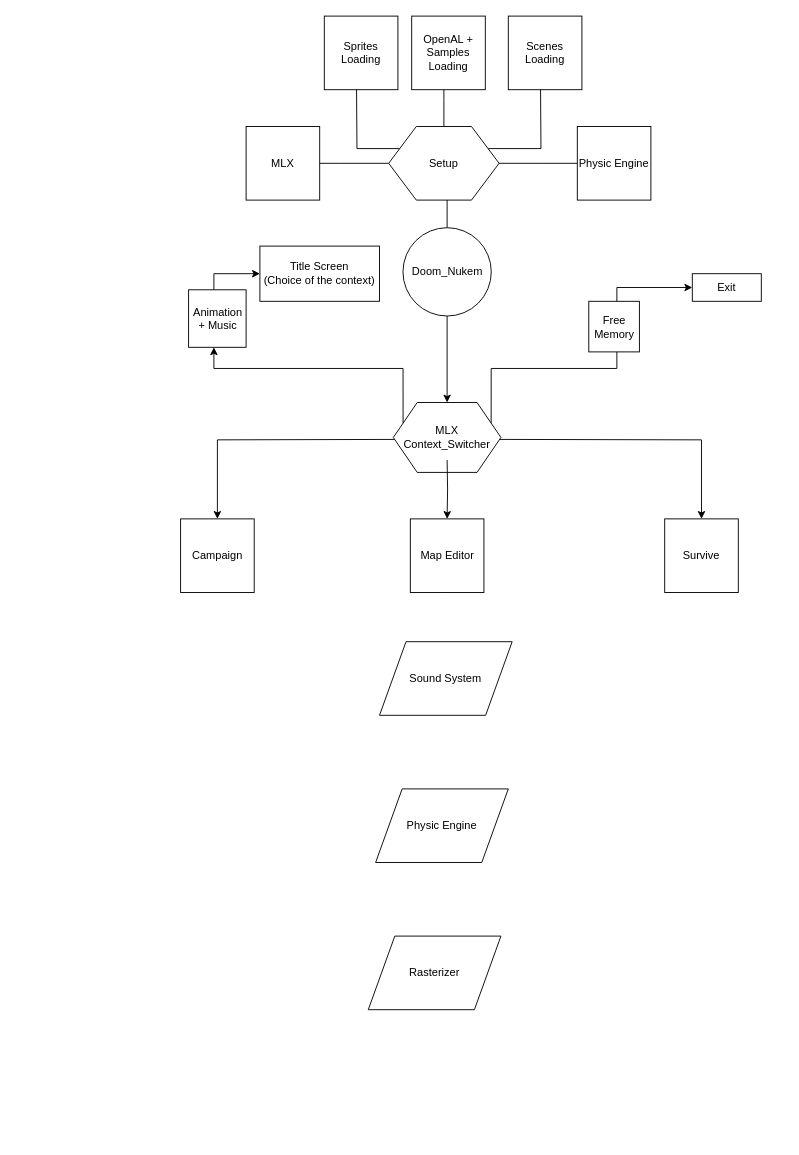
Earlier version of the draw.io diagram Doom_Nukem.drawio (gedemais/Doom_Nukem). Source tidied: cells renumbered, new cells numbered last; positions are measured from the earlier drawing's top-left corner, leaving out a move shared by most shapes. Both pictures are drawn from the tidied source at 92%, with x=0, y=0 at pixel (180, 16).
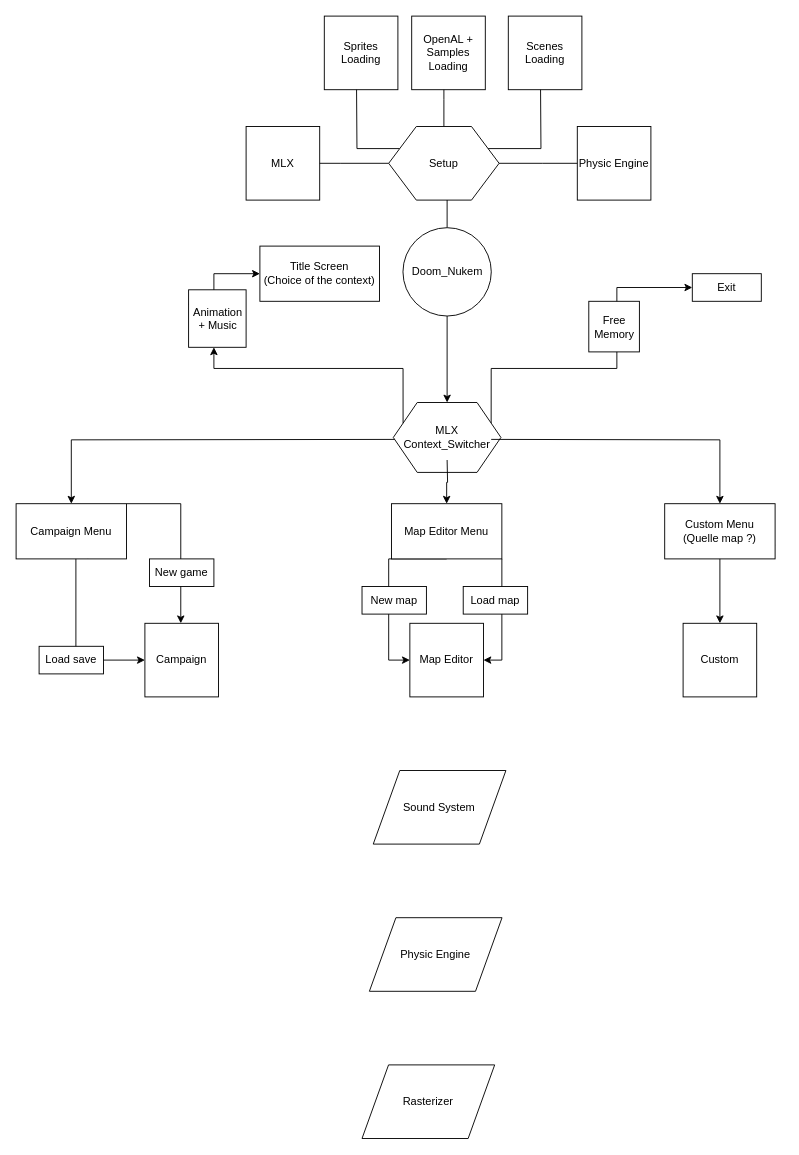
The same diagram, later.

What changed in the source:
```diff
@@
-    <mxCell id="6" style="edgeStyle=orthogonalEdgeStyle;rounded=0;jettySize=auto;html=1;exitX=1;exitY=0.75;exitDx=0;exitDy=0;entryX=0.5;entryY=0;entryDx=0;entryDy=0;" parent="1" edge="1" target="28">
+    <mxCell id="6" style="edgeStyle=orthogonalEdgeStyle;rounded=0;jettySize=auto;html=1;exitX=1;exitY=0.75;exitDx=0;exitDy=0;entryX=0.5;entryY=0;entryDx=0;entryDy=0;" parent="1" edge="1" source="44" target="28">
       <mxGeometry relative="1" as="geometry">
-        <mxPoint x="337.4" y="460.1" as="sourcePoint" />
+        <Array as="points">
+          <mxPoint x="586" y="575" />
+        </Array>
       </mxGeometry>
     </mxCell>
@@
-    <mxCell id="8" style="edgeStyle=orthogonalEdgeStyle;rounded=0;jettySize=auto;html=1;exitX=0.5;exitY=1;exitDx=0;exitDy=0;" parent="1" edge="1" source="29">
-      <mxGeometry relative="1" as="geometry">
-        <mxPoint x="289.1" y="606.5" as="targetPoint" />
-      </mxGeometry>
-    </mxCell>
-    <mxCell id="9" style="edgeStyle=orthogonalEdgeStyle;rounded=0;jettySize=auto;html=1;exitX=0;exitY=0.75;exitDx=0;exitDy=0;entryX=0.5;entryY=0;entryDx=0;entryDy=0;" parent="1" edge="1" target="27">
+    <mxCell id="9" style="edgeStyle=orthogonalEdgeStyle;rounded=0;jettySize=auto;html=1;exitX=0;exitY=0.75;exitDx=0;exitDy=0;" parent="1" edge="1" target="36">
       <mxGeometry relative="1" as="geometry">
         <mxPoint x="241.6" y="460.1" as="sourcePoint" />
       </mxGeometry>
     </mxCell>
@@
     <mxCell id="27" value="Campaign" style="whiteSpace=wrap;html=1;" parent="1" vertex="1">
-      <mxGeometry x="-0.2" y="546.5" width="80" height="80" as="geometry" />
+      <mxGeometry x="-39" y="660" width="80" height="80" as="geometry" />
     </mxCell>
-    <mxCell id="28" value="Survive" style="whiteSpace=wrap;html=1;" parent="1" vertex="1">
-      <mxGeometry x="526" y="546.5" width="80" height="80" as="geometry" />
+    <mxCell id="28" value="Custom" style="whiteSpace=wrap;html=1;" parent="1" vertex="1">
+      <mxGeometry x="546" y="660" width="80" height="80" as="geometry" />
     </mxCell>
     <mxCell id="29" value="Map Editor" style="whiteSpace=wrap;html=1;" parent="1" vertex="1">
-      <mxGeometry x="249.5" y="546.5" width="80" height="80" as="geometry" />
+      <mxGeometry x="249" y="660" width="80" height="80" as="geometry" />
     </mxCell>
-    <mxCell id="30" style="edgeStyle=orthogonalEdgeStyle;rounded=0;jettySize=auto;html=1;exitX=0.5;exitY=1;exitDx=0;exitDy=0;" parent="1" edge="1" target="29">
+    <mxCell id="30" style="edgeStyle=orthogonalEdgeStyle;rounded=0;jettySize=auto;html=1;exitX=0.5;exitY=1;exitDx=0;exitDy=0;" parent="1" edge="1" source="40" target="29">
       <mxGeometry relative="1" as="geometry">
-        <mxPoint x="289.5" y="482.5" as="sourcePoint" />
+        <Array as="points">
+          <mxPoint x="226" y="590" />
+          <mxPoint x="226" y="700" />
+        </Array>
       </mxGeometry>
     </mxCell>
     <mxCell id="31" value="Rasterizer" style="shape=parallelogram;perimeter=parallelogramPerimeter;whiteSpace=wrap;html=1;" parent="1" vertex="1">
-      <mxGeometry x="203.8" y="1000" width="144.2" height="80" as="geometry" />
+      <mxGeometry x="197" y="1140" width="144.2" height="80" as="geometry" />
     </mxCell>
     <mxCell id="32" value="Physic Engine" style="shape=parallelogram;perimeter=parallelogramPerimeter;whiteSpace=wrap;html=1;" parent="1" vertex="1">
-      <mxGeometry x="211.8" y="840" width="144.2" height="80" as="geometry" />
+      <mxGeometry x="205" y="980" width="144.2" height="80" as="geometry" />
     </mxCell>
     <mxCell id="33" value="Sound System" style="shape=parallelogram;perimeter=parallelogramPerimeter;whiteSpace=wrap;html=1;" parent="1" vertex="1">
-      <mxGeometry x="216" y="680" width="144.2" height="80" as="geometry" />
+      <mxGeometry x="209.2" y="820" width="144.2" height="80" as="geometry" />
     </mxCell>
+    <mxCell id="34" style="edgeStyle=orthogonalEdgeStyle;rounded=0;jettySize=auto;html=1;exitX=0.65;exitY=1;exitDx=0;exitDy=0;exitPerimeter=0;entryX=0;entryY=0.5;entryDx=0;entryDy=0;" parent="1" edge="1" source="36" target="27">
+      <mxGeometry relative="1" as="geometry">
+        <Array as="points">
+          <mxPoint x="-114" y="570" />
+          <mxPoint x="-114" y="700" />
+        </Array>
+      </mxGeometry>
+    </mxCell>
+    <mxCell id="35" style="edgeStyle=orthogonalEdgeStyle;rounded=0;jettySize=auto;html=1;exitX=1;exitY=0;exitDx=0;exitDy=0;" parent="1" edge="1" source="36">
+      <mxGeometry relative="1" as="geometry">
+        <mxPoint y="660" as="targetPoint" />
+        <Array as="points">
+          <mxPoint y="530" />
+        </Array>
+      </mxGeometry>
+    </mxCell>
+    <mxCell id="36" value="&lt;div&gt;Campaign Menu&lt;/div&gt;" style="rounded=0;whiteSpace=wrap;html=1;" parent="1" vertex="1">
+      <mxGeometry x="-179" y="530" width="120" height="60" as="geometry" />
+    </mxCell>
+    <mxCell id="37" value="Load save" style="rounded=0;whiteSpace=wrap;html=1;" parent="1" vertex="1">
+      <mxGeometry x="-154" y="685" width="70" height="30" as="geometry" />
+    </mxCell>
+    <mxCell id="38" value="New game" style="rounded=0;whiteSpace=wrap;html=1;" parent="1" vertex="1">
+      <mxGeometry x="-34" y="590" width="70" height="30" as="geometry" />
+    </mxCell>
+    <mxCell id="39" style="edgeStyle=orthogonalEdgeStyle;rounded=0;jettySize=auto;html=1;exitX=1;exitY=1;exitDx=0;exitDy=0;entryX=1;entryY=0.5;entryDx=0;entryDy=0;" parent="1" edge="1" source="40" target="29">
+      <mxGeometry relative="1" as="geometry">
+        <Array as="points">
+          <mxPoint x="349" y="700" />
+        </Array>
+      </mxGeometry>
+    </mxCell>
+    <mxCell id="40" value="Map Editor Menu" style="rounded=0;whiteSpace=wrap;html=1;" parent="1" vertex="1">
+      <mxGeometry x="229" y="530" width="120" height="60" as="geometry" />
+    </mxCell>
+    <mxCell id="41" style="edgeStyle=orthogonalEdgeStyle;rounded=0;jettySize=auto;html=1;exitX=0.5;exitY=1;exitDx=0;exitDy=0;" parent="1" edge="1" target="40">
+      <mxGeometry relative="1" as="geometry">
+        <mxPoint x="289.5" y="482.5" as="sourcePoint" />
+      </mxGeometry>
+    </mxCell>
+    <mxCell id="42" value="New map" style="rounded=0;whiteSpace=wrap;html=1;" parent="1" vertex="1">
+      <mxGeometry x="197" y="620" width="70" height="30" as="geometry" />
+    </mxCell>
+    <mxCell id="43" value="Load map" style="rounded=0;whiteSpace=wrap;html=1;" parent="1" vertex="1">
+      <mxGeometry x="307" y="620" width="70" height="30" as="geometry" />
+    </mxCell>
+    <mxCell id="44" value="&lt;div&gt;Custom Menu&lt;/div&gt;(Quelle map ?)" style="rounded=0;whiteSpace=wrap;html=1;" parent="1" vertex="1">
+      <mxGeometry x="526" y="530" width="120" height="60" as="geometry" />
+    </mxCell>
+    <mxCell id="45" style="edgeStyle=orthogonalEdgeStyle;rounded=0;jettySize=auto;html=1;exitX=1;exitY=0.75;exitDx=0;exitDy=0;entryX=0.5;entryY=0;entryDx=0;entryDy=0;" parent="1" edge="1" target="44">
+      <mxGeometry relative="1" as="geometry">
+        <mxPoint x="337.4" y="460.1" as="sourcePoint" />
+      </mxGeometry>
+    </mxCell>
```
